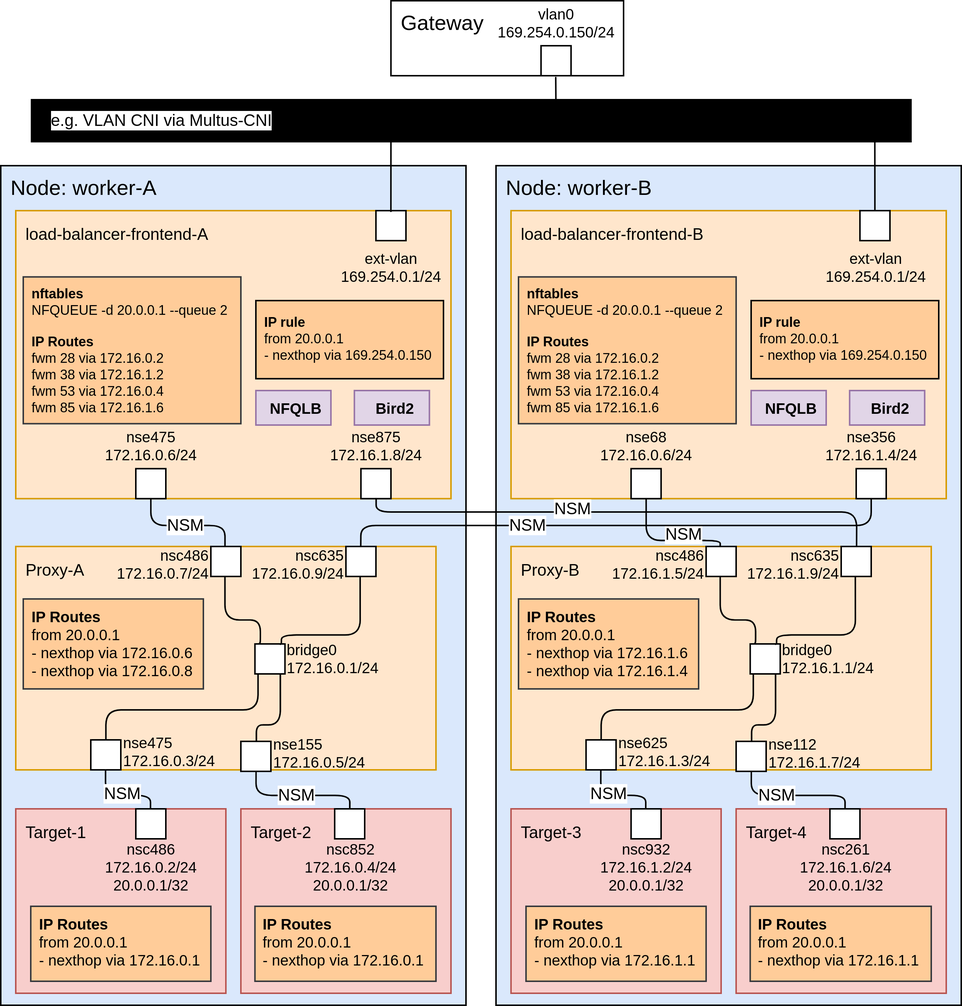
The draw.io diagram docs/resources/diagrams-dataplane-v1.png in LionelJouin/meridio-2.x, before a commit. Source tidied: cells renumbered, new cells last; positions are measured from the earlier drawing's top-left corner, leaving out a move shared by most shapes.
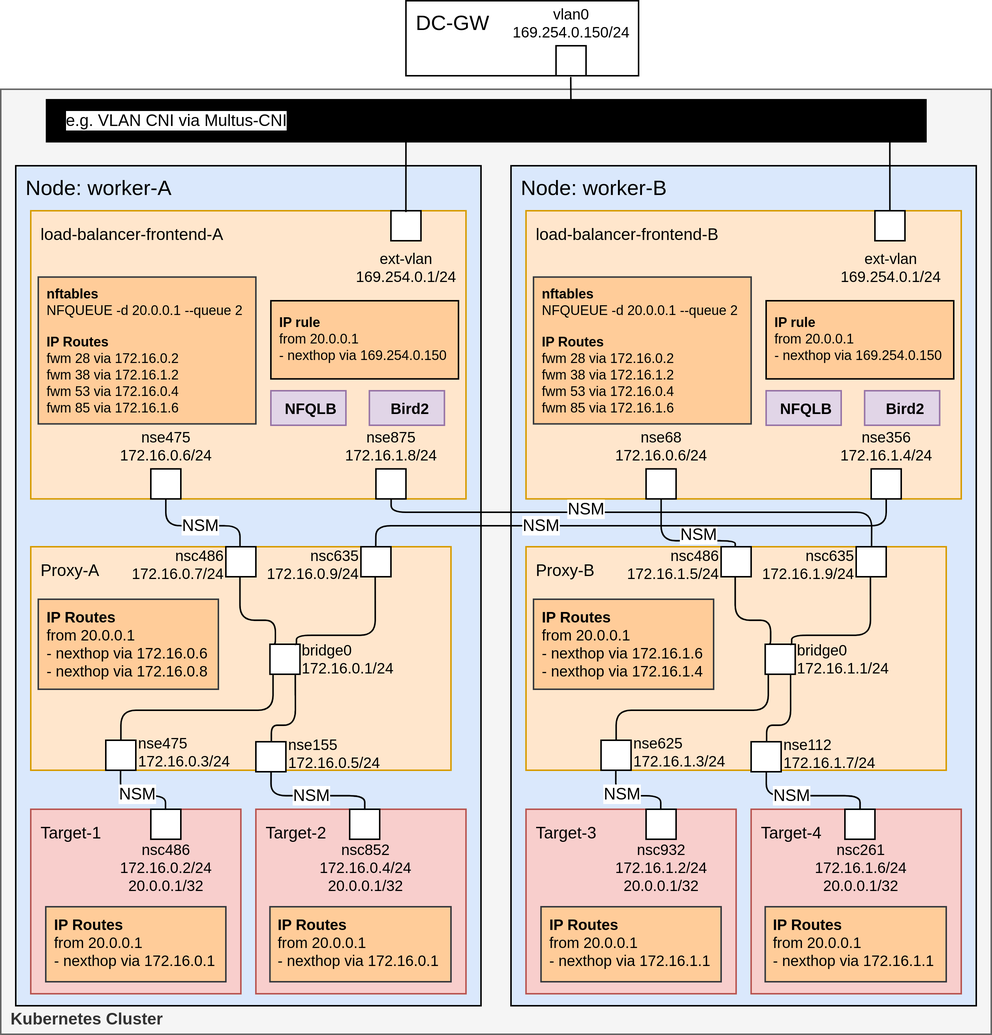
The same file after the commit.

Commit message:
Fix picture: DC-GW instead of Gateway

The edit, as a diff of the source:
```diff
@@ -2,7 +2,10 @@
   <root>
     <mxCell id="0" />
     <mxCell id="1" parent="0" />
+    <mxCell id="113" value="&lt;font&gt;&lt;span style=&quot;font-size: 11px&quot;&gt;&lt;b&gt;Kubernetes Cluster&lt;/b&gt;&lt;/span&gt;&lt;br&gt;&lt;/font&gt;" style="rounded=0;whiteSpace=wrap;html=1;labelBackgroundColor=none;fontSize=14;align=left;fillColor=#F5F5F5;strokeColor=#666666;verticalAlign=bottom;spacingLeft=5;fontColor=#333333;" parent="1" vertex="1">
+      <mxGeometry x="-10" y="59" width="660" height="630" as="geometry" />
+    </mxCell>
-    <mxCell id="2" value="Gateway" style="rounded=0;whiteSpace=wrap;html=1;labelBackgroundColor=none;fontSize=14;align=left;verticalAlign=top;spacingLeft=5;" parent="1" vertex="1">
+    <mxCell id="2" value="DC-GW" style="rounded=0;whiteSpace=wrap;html=1;labelBackgroundColor=none;fontSize=14;align=left;verticalAlign=top;spacingLeft=5;" parent="1" vertex="1">
       <mxGeometry x="260" width="155" height="50" as="geometry" />
     </mxCell>
     <mxCell id="3" value="Node: worker-A" style="rounded=0;whiteSpace=wrap;html=1;labelBackgroundColor=none;fontSize=14;align=left;strokeColor=default;verticalAlign=top;spacingLeft=5;fillStyle=hachure;fillColor=#dae8fc;" parent="1" vertex="1">
```
